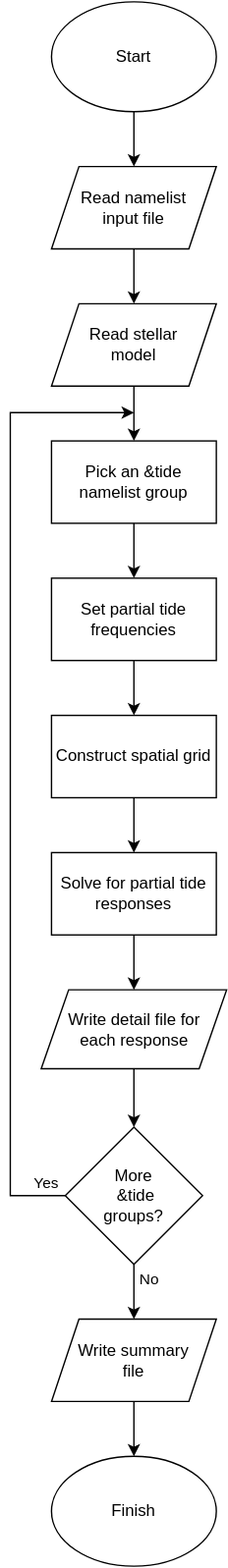
The draw.io diagram doc/source/user-guide/frontends/gyre_tides-flow.drawio.svg in rhdtownsend/gyre, before a commit. Source tidied: cells renumbered, new cells last; positions are measured from the earlier drawing's top-left corner, leaving out a move shared by most shapes.
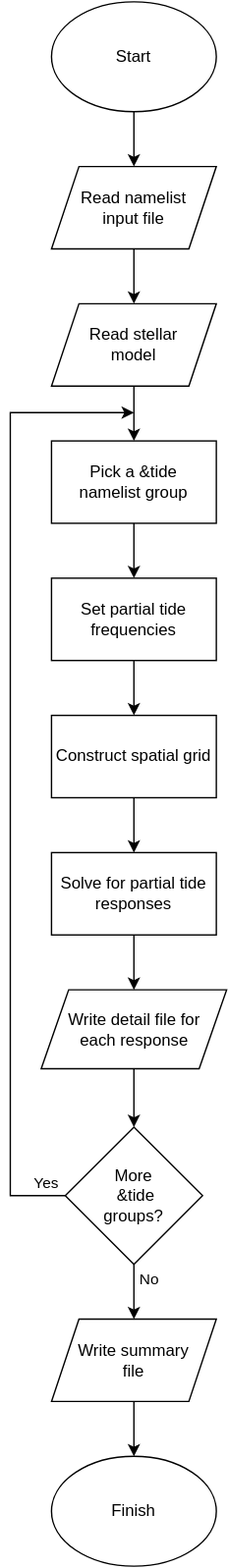
After the change.

Diff of the diagram source:
```diff
@@ -18,7 +18,7 @@
     <mxCell id="5" value="Read&amp;nbsp;stellar&lt;br&gt;model" style="shape=parallelogram;perimeter=parallelogramPerimeter;whiteSpace=wrap;html=1;fixedSize=1;" parent="1" vertex="1">
       <mxGeometry x="30" y="220" width="120" height="60" as="geometry" />
     </mxCell>
-    <mxCell id="6" value="Pick an &amp;amp;tide namelist group" style="rounded=0;whiteSpace=wrap;html=1;" parent="1" vertex="1">
+    <mxCell id="6" value="Pick a &amp;amp;tide &lt;br&gt;namelist group" style="rounded=0;whiteSpace=wrap;html=1;" parent="1" vertex="1">
       <mxGeometry x="30" y="320" width="120" height="60" as="geometry" />
     </mxCell>
     <mxCell id="7" value="Set partial tide frequencies" style="rounded=0;whiteSpace=wrap;html=1;" parent="1" vertex="1">
```
